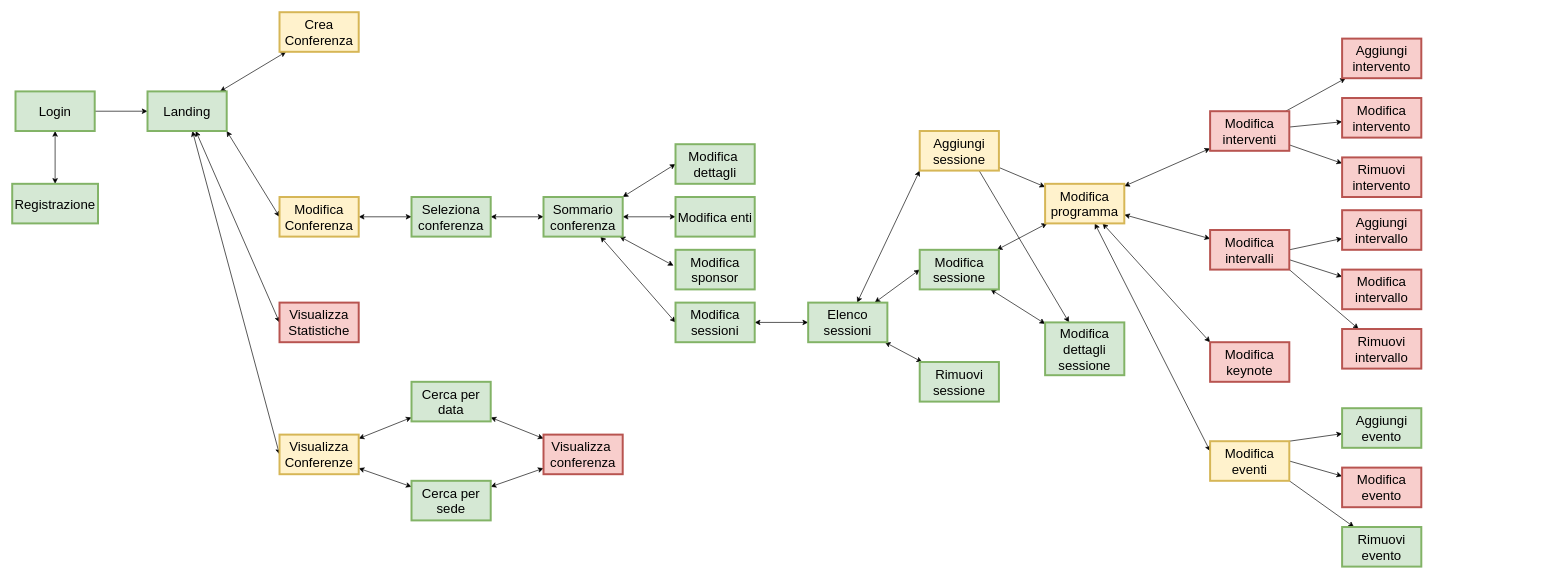
This is Diagrammi/Flusso_finestre.drawio from Antonio-Caporaso/OO-BD-22-23, a draw.io file, before an edit. Source tidied: cells renumbered, new cells numbered last; positions are measured from the earlier drawing's top-left corner, leaving out a move shared by most shapes. Both pictures are drawn from the tidied source at 66%, with x=0, y=0 at pixel (12, 12).
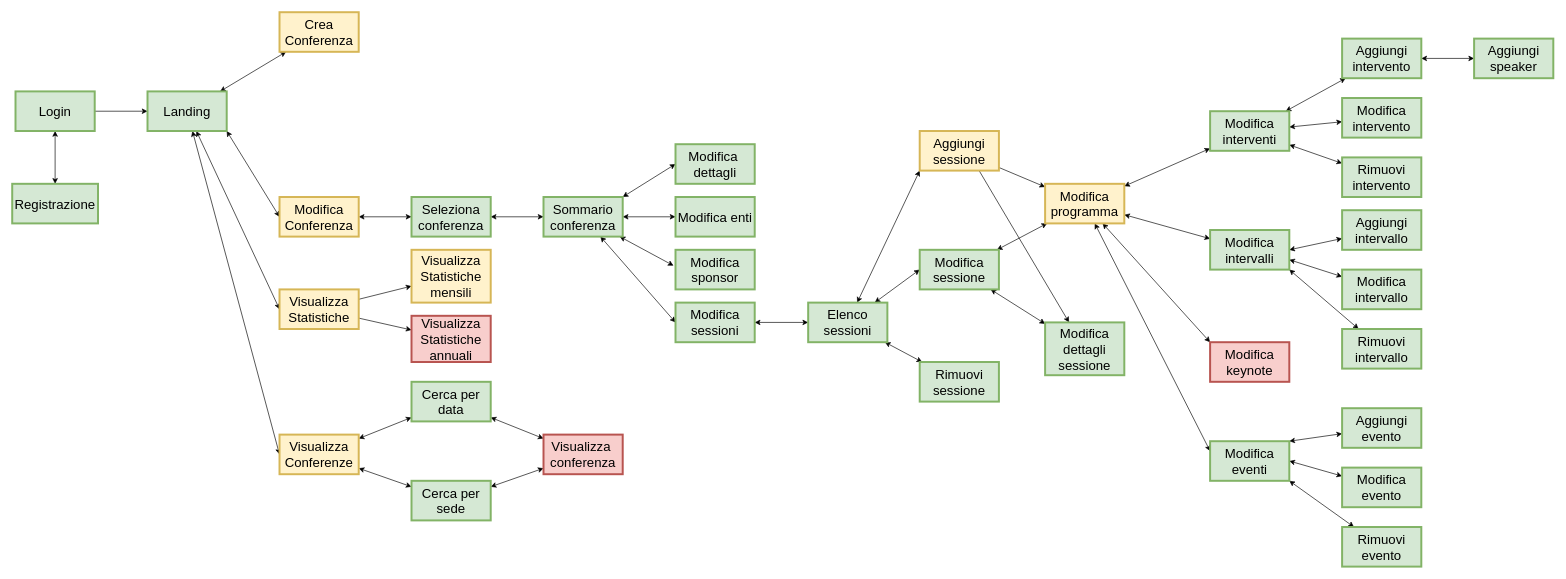
Above is the later version.

Commit message (it also covers changes not shown here):
Modifica diagramma stato progetto al 8 giugno 2023

The change refers to these unchanged cells:
```xml
<mxCell id="73" value="&lt;span style=&quot;font-size: 20px;&quot;&gt;Aggiungi evento&lt;br&gt;&lt;/span&gt;" style="rounded=0;whiteSpace=wrap;html=1;strokeColor=#82b366;fontFamily=Helvetica;fontSize=12;fillColor=#d5e8d4;strokeWidth=3;" parent="1" vertex="1">
  <mxGeometry x="2015" y="600" width="120" height="60" as="geometry" />
</mxCell>
<mxCell id="75" value="&lt;span style=&quot;font-size: 20px;&quot;&gt;Rimuovi&lt;br&gt;evento&lt;br&gt;&lt;/span&gt;" style="rounded=0;whiteSpace=wrap;html=1;strokeColor=#82b366;fontFamily=Helvetica;fontSize=12;fillColor=#d5e8d4;strokeWidth=3;" parent="1" vertex="1">
  <mxGeometry x="2015" y="780" width="120" height="60" as="geometry" />
</mxCell>
```

Change to the diagram source:
```diff
@@
+    <mxCell id="77" style="rounded=0;jettySize=auto;html=1;" parent="1" edge="1" source="14" target="80">
+      <mxGeometry relative="1" as="geometry" />
+    </mxCell>
+    <mxCell id="78" style="rounded=0;jettySize=auto;html=1;" parent="1" edge="1" source="14" target="81">
+      <mxGeometry relative="1" as="geometry" />
+    </mxCell>
-    <mxCell id="14" value="&lt;font style=&quot;font-size: 20px;&quot;&gt;Visualizza&lt;br&gt;Statistiche&lt;br&gt;&lt;/font&gt;" style="rounded=0;whiteSpace=wrap;html=1;fillColor=#f8cecc;strokeColor=#b85450;strokeWidth=3;" parent="1" vertex="1">
-      <mxGeometry x="405" y="440" width="120" height="60" as="geometry" />
+    <mxCell id="14" value="&lt;font style=&quot;font-size: 20px;&quot;&gt;Visualizza&lt;br&gt;Statistiche&lt;br&gt;&lt;/font&gt;" style="rounded=0;whiteSpace=wrap;html=1;fillColor=#fff2cc;strokeColor=#d6b656;strokeWidth=3;" parent="1" vertex="1">
+      <mxGeometry x="405" y="420" width="120" height="60" as="geometry" />
     </mxCell>
@@
-    <mxCell id="47" style="rounded=0;jettySize=auto;html=1;" parent="1" edge="1" source="50" target="65">
+    <mxCell id="47" style="rounded=0;jettySize=auto;html=1;startArrow=classic;startFill=1;" parent="1" edge="1" source="50" target="65">
       <mxGeometry relative="1" as="geometry" />
     </mxCell>
-    <mxCell id="48" style="rounded=0;jettySize=auto;html=1;" parent="1" edge="1" source="50" target="66">
+    <mxCell id="48" style="rounded=0;jettySize=auto;html=1;startArrow=classic;startFill=1;" parent="1" edge="1" source="50" target="66">
       <mxGeometry relative="1" as="geometry" />
     </mxCell>
-    <mxCell id="49" style="rounded=0;jettySize=auto;html=1;" parent="1" edge="1" source="50" target="67">
+    <mxCell id="49" style="rounded=0;jettySize=auto;html=1;startArrow=classic;startFill=1;" parent="1" edge="1" source="50" target="67">
       <mxGeometry relative="1" as="geometry" />
     </mxCell>
-    <mxCell id="50" value="&lt;span style=&quot;font-size: 20px;&quot;&gt;Modifica&lt;br&gt;interventi&lt;br&gt;&lt;/span&gt;" style="rounded=0;whiteSpace=wrap;html=1;strokeColor=#b85450;fontFamily=Helvetica;fontSize=12;fillColor=#f8cecc;strokeWidth=3;" parent="1" vertex="1">
+    <mxCell id="50" value="&lt;span style=&quot;font-size: 20px;&quot;&gt;Modifica&lt;br&gt;interventi&lt;br&gt;&lt;/span&gt;" style="rounded=0;whiteSpace=wrap;html=1;strokeColor=#82b366;fontFamily=Helvetica;fontSize=12;fillColor=#d5e8d4;strokeWidth=3;" parent="1" vertex="1">
       <mxGeometry x="1815" y="150" width="120" height="60" as="geometry" />
     </mxCell>
-    <mxCell id="51" style="rounded=0;jettySize=auto;html=1;exitX=1;exitY=0.5;exitDx=0;exitDy=0;" parent="1" edge="1" source="54" target="69">
+    <mxCell id="51" style="rounded=0;jettySize=auto;html=1;exitX=1;exitY=0.5;exitDx=0;exitDy=0;startArrow=classic;startFill=1;" parent="1" edge="1" source="54" target="69">
       <mxGeometry relative="1" as="geometry" />
     </mxCell>
-    <mxCell id="52" style="rounded=0;jettySize=auto;html=1;exitX=1;exitY=0.75;exitDx=0;exitDy=0;" parent="1" edge="1" source="54" target="70">
+    <mxCell id="52" style="rounded=0;jettySize=auto;html=1;exitX=1;exitY=0.75;exitDx=0;exitDy=0;startArrow=classic;startFill=1;" parent="1" edge="1" source="54" target="70">
       <mxGeometry relative="1" as="geometry" />
     </mxCell>
-    <mxCell id="53" style="rounded=0;jettySize=auto;html=1;exitX=1;exitY=1;exitDx=0;exitDy=0;" parent="1" edge="1" source="54" target="71">
+    <mxCell id="53" style="rounded=0;jettySize=auto;html=1;exitX=1;exitY=1;exitDx=0;exitDy=0;startArrow=classic;startFill=1;" parent="1" edge="1" source="54" target="71">
       <mxGeometry relative="1" as="geometry" />
     </mxCell>
-    <mxCell id="54" value="&lt;span style=&quot;font-size: 20px;&quot;&gt;Modifica&lt;br&gt;intervalli&lt;br&gt;&lt;/span&gt;" style="rounded=0;whiteSpace=wrap;html=1;strokeColor=#b85450;fontFamily=Helvetica;fontSize=12;fillColor=#f8cecc;strokeWidth=3;" parent="1" vertex="1">
+    <mxCell id="54" value="&lt;span style=&quot;font-size: 20px;&quot;&gt;Modifica&lt;br&gt;intervalli&lt;br&gt;&lt;/span&gt;" style="rounded=0;whiteSpace=wrap;html=1;strokeColor=#82b366;fontFamily=Helvetica;fontSize=12;fillColor=#d5e8d4;strokeWidth=3;" parent="1" vertex="1">
       <mxGeometry x="1815" y="330" width="120" height="60" as="geometry" />
     </mxCell>
-    <mxCell id="55" style="rounded=0;jettySize=auto;html=1;exitX=1;exitY=0;exitDx=0;exitDy=0;" parent="1" edge="1" source="58" target="73">
+    <mxCell id="55" style="rounded=0;jettySize=auto;html=1;exitX=1;exitY=0;exitDx=0;exitDy=0;startArrow=classic;startFill=1;" parent="1" edge="1" source="58" target="73">
       <mxGeometry relative="1" as="geometry" />
     </mxCell>
-    <mxCell id="56" style="rounded=0;jettySize=auto;html=1;exitX=1;exitY=0.5;exitDx=0;exitDy=0;" parent="1" edge="1" source="58" target="74">
+    <mxCell id="56" style="rounded=0;jettySize=auto;html=1;exitX=1;exitY=0.5;exitDx=0;exitDy=0;startArrow=classic;startFill=1;" parent="1" edge="1" source="58" target="74">
       <mxGeometry relative="1" as="geometry" />
     </mxCell>
-    <mxCell id="57" style="rounded=0;jettySize=auto;html=1;exitX=1;exitY=1;exitDx=0;exitDy=0;" parent="1" edge="1" source="58" target="75">
+    <mxCell id="57" style="rounded=0;jettySize=auto;html=1;exitX=1;exitY=1;exitDx=0;exitDy=0;startArrow=classic;startFill=1;" parent="1" edge="1" source="58" target="75">
       <mxGeometry relative="1" as="geometry" />
     </mxCell>
-    <mxCell id="58" value="&lt;span style=&quot;font-size: 20px;&quot;&gt;Modifica eventi&lt;br&gt;&lt;/span&gt;" style="rounded=0;whiteSpace=wrap;html=1;strokeColor=#d6b656;fontFamily=Helvetica;fontSize=12;fillColor=#fff2cc;strokeWidth=3;" parent="1" vertex="1">
+    <mxCell id="58" value="&lt;span style=&quot;font-size: 20px;&quot;&gt;Modifica eventi&lt;br&gt;&lt;/span&gt;" style="rounded=0;whiteSpace=wrap;html=1;strokeColor=#82b366;fontFamily=Helvetica;fontSize=12;fillColor=#d5e8d4;strokeWidth=3;" parent="1" vertex="1">
       <mxGeometry x="1815" y="650" width="120" height="60" as="geometry" />
     </mxCell>
@@
+    <mxCell id="79" style="edgeStyle=orthogonalEdgeStyle;rounded=0;jettySize=auto;html=1;startArrow=classic;startFill=1;" parent="1" edge="1" source="65" target="82">
+      <mxGeometry relative="1" as="geometry" />
+    </mxCell>
-    <mxCell id="65" value="&lt;span style=&quot;font-size: 20px;&quot;&gt;Aggiungi intervento&lt;br&gt;&lt;/span&gt;" style="rounded=0;whiteSpace=wrap;html=1;strokeColor=#b85450;fontFamily=Helvetica;fontSize=12;fillColor=#f8cecc;strokeWidth=3;" parent="1" vertex="1">
+    <mxCell id="65" value="&lt;span style=&quot;font-size: 20px;&quot;&gt;Aggiungi intervento&lt;br&gt;&lt;/span&gt;" style="rounded=0;whiteSpace=wrap;html=1;strokeColor=#82b366;fontFamily=Helvetica;fontSize=12;fillColor=#d5e8d4;strokeWidth=3;" parent="1" vertex="1">
       <mxGeometry x="2015" y="40" width="120" height="60" as="geometry" />
     </mxCell>
-    <mxCell id="66" value="&lt;span style=&quot;font-size: 20px;&quot;&gt;Modifica&lt;br&gt;intervento&lt;br&gt;&lt;/span&gt;" style="rounded=0;whiteSpace=wrap;html=1;strokeColor=#b85450;fontFamily=Helvetica;fontSize=12;fillColor=#f8cecc;strokeWidth=3;" parent="1" vertex="1">
+    <mxCell id="66" value="&lt;span style=&quot;font-size: 20px;&quot;&gt;Modifica&lt;br&gt;intervento&lt;br&gt;&lt;/span&gt;" style="rounded=0;whiteSpace=wrap;html=1;strokeColor=#82b366;fontFamily=Helvetica;fontSize=12;fillColor=#d5e8d4;strokeWidth=3;" parent="1" vertex="1">
       <mxGeometry x="2015" y="130" width="120" height="60" as="geometry" />
     </mxCell>
-    <mxCell id="67" value="&lt;span style=&quot;font-size: 20px;&quot;&gt;Rimuovi&lt;br&gt;intervento&lt;br&gt;&lt;/span&gt;" style="rounded=0;whiteSpace=wrap;html=1;strokeColor=#b85450;fontFamily=Helvetica;fontSize=12;fillColor=#f8cecc;strokeWidth=3;" parent="1" vertex="1">
+    <mxCell id="67" value="&lt;span style=&quot;font-size: 20px;&quot;&gt;Rimuovi&lt;br&gt;intervento&lt;br&gt;&lt;/span&gt;" style="rounded=0;whiteSpace=wrap;html=1;strokeColor=#82b366;fontFamily=Helvetica;fontSize=12;fillColor=#d5e8d4;strokeWidth=3;" parent="1" vertex="1">
       <mxGeometry x="2015" y="220" width="120" height="60" as="geometry" />
     </mxCell>
@@
-    <mxCell id="69" value="&lt;span style=&quot;font-size: 20px;&quot;&gt;Aggiungi intervallo&lt;br&gt;&lt;/span&gt;" style="rounded=0;whiteSpace=wrap;html=1;strokeColor=#b85450;fontFamily=Helvetica;fontSize=12;fillColor=#f8cecc;strokeWidth=3;" parent="1" vertex="1">
+    <mxCell id="69" value="&lt;span style=&quot;font-size: 20px;&quot;&gt;Aggiungi intervallo&lt;br&gt;&lt;/span&gt;" style="rounded=0;whiteSpace=wrap;html=1;strokeColor=#82b366;fontFamily=Helvetica;fontSize=12;fillColor=#d5e8d4;strokeWidth=3;" parent="1" vertex="1">
       <mxGeometry x="2015" y="300" width="120" height="60" as="geometry" />
     </mxCell>
-    <mxCell id="70" value="&lt;span style=&quot;font-size: 20px;&quot;&gt;Modifica&lt;br&gt;intervallo&lt;br&gt;&lt;/span&gt;" style="rounded=0;whiteSpace=wrap;html=1;strokeColor=#b85450;fontFamily=Helvetica;fontSize=12;fillColor=#f8cecc;strokeWidth=3;" parent="1" vertex="1">
+    <mxCell id="70" value="&lt;span style=&quot;font-size: 20px;&quot;&gt;Modifica&lt;br&gt;intervallo&lt;br&gt;&lt;/span&gt;" style="rounded=0;whiteSpace=wrap;html=1;strokeColor=#82b366;fontFamily=Helvetica;fontSize=12;fillColor=#d5e8d4;strokeWidth=3;" parent="1" vertex="1">
       <mxGeometry x="2015" y="390" width="120" height="60" as="geometry" />
     </mxCell>
-    <mxCell id="71" value="&lt;span style=&quot;font-size: 20px;&quot;&gt;Rimuovi&lt;br&gt;intervallo&lt;br&gt;&lt;/span&gt;" style="rounded=0;whiteSpace=wrap;html=1;strokeColor=#b85450;fontFamily=Helvetica;fontSize=12;fillColor=#f8cecc;strokeWidth=3;" parent="1" vertex="1">
+    <mxCell id="71" value="&lt;span style=&quot;font-size: 20px;&quot;&gt;Rimuovi&lt;br&gt;intervallo&lt;br&gt;&lt;/span&gt;" style="rounded=0;whiteSpace=wrap;html=1;strokeColor=#82b366;fontFamily=Helvetica;fontSize=12;fillColor=#d5e8d4;strokeWidth=3;" parent="1" vertex="1">
       <mxGeometry x="2015" y="480" width="120" height="60" as="geometry" />
     </mxCell>
@@
-    <mxCell id="74" value="&lt;span style=&quot;font-size: 20px;&quot;&gt;Modifica&lt;br&gt;evento&lt;br&gt;&lt;/span&gt;" style="rounded=0;whiteSpace=wrap;html=1;strokeColor=#b85450;fontFamily=Helvetica;fontSize=12;fillColor=#f8cecc;strokeWidth=3;" parent="1" vertex="1">
+    <mxCell id="74" value="&lt;span style=&quot;font-size: 20px;&quot;&gt;Modifica&lt;br&gt;evento&lt;br&gt;&lt;/span&gt;" style="rounded=0;whiteSpace=wrap;html=1;strokeColor=#82b366;fontFamily=Helvetica;fontSize=12;fillColor=#d5e8d4;strokeWidth=3;" parent="1" vertex="1">
       <mxGeometry x="2015" y="690" width="120" height="60" as="geometry" />
     </mxCell>
@@
+    <mxCell id="80" value="&lt;font style=&quot;font-size: 20px;&quot;&gt;Visualizza&lt;br&gt;Statistiche mensili&lt;br&gt;&lt;/font&gt;" style="rounded=0;whiteSpace=wrap;html=1;fillColor=#fff2cc;strokeColor=#d6b656;strokeWidth=3;" parent="1" vertex="1">
+      <mxGeometry x="605" y="360" width="120" height="80" as="geometry" />
+    </mxCell>
+    <mxCell id="81" value="&lt;font style=&quot;font-size: 20px;&quot;&gt;Visualizza&lt;br&gt;Statistiche&lt;br&gt;annuali&lt;br&gt;&lt;/font&gt;" style="rounded=0;whiteSpace=wrap;html=1;fillColor=#f8cecc;strokeColor=#b85450;strokeWidth=3;" parent="1" vertex="1">
+      <mxGeometry x="605" y="460" width="120" height="70" as="geometry" />
+    </mxCell>
+    <mxCell id="82" value="&lt;span style=&quot;font-size: 20px;&quot;&gt;Aggiungi speaker&lt;br&gt;&lt;/span&gt;" style="rounded=0;whiteSpace=wrap;html=1;strokeColor=#82b366;fontFamily=Helvetica;fontSize=12;fillColor=#d5e8d4;strokeWidth=3;" parent="1" vertex="1">
+      <mxGeometry x="2215" y="40" width="120" height="60" as="geometry" />
+    </mxCell>
```
